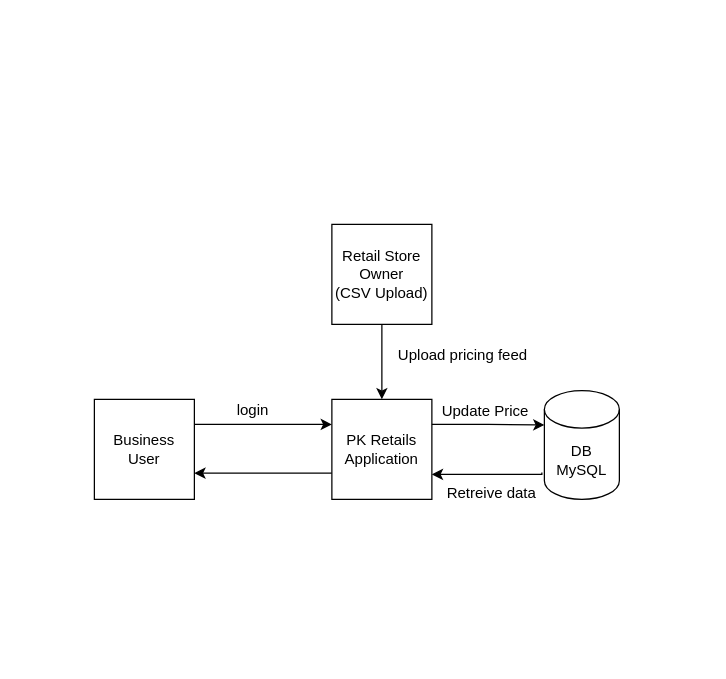
Pravalika-Karipe-1403/retail-pricing-system keeps this draw.io diagram as page "Page-1" (1 of 2) of docs/contextDiagram.drawio. Above is the earlier version. Source tidied: cells renumbered, new cells numbered last; positions are measured from the earlier drawing's top-left corner, leaving out a move shared by most shapes. Both pictures are drawn from the tidied source at 125%, with x=0, y=0 at pixel (94, 224).
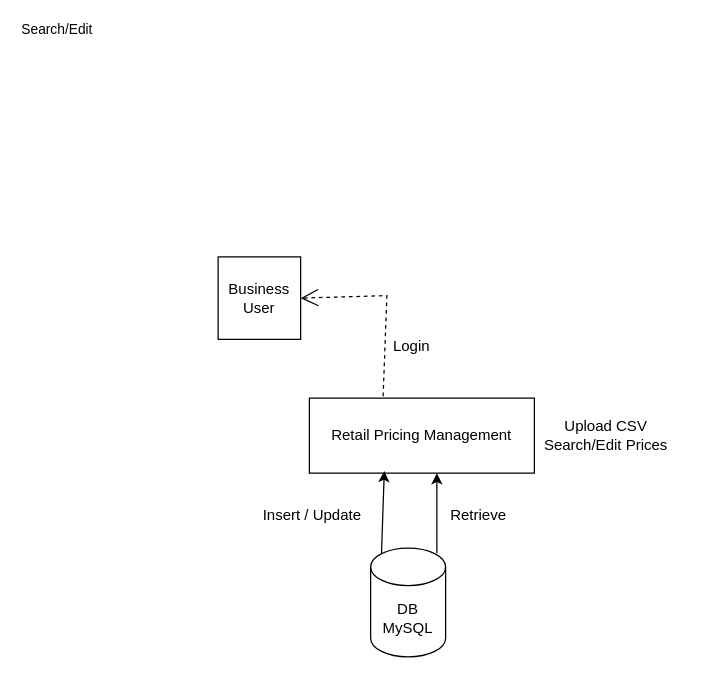
Above is the later version.

Diff of the diagram source:
```diff
@@
 <mxGraphModel>
   <root>
     <mxCell id="0" />
     <mxCell id="1" parent="0" />
-    <mxCell id="2" style="edgeStyle=orthogonalEdgeStyle;rounded=0;jettySize=auto;html=1;exitX=0.5;exitY=1;exitDx=0;exitDy=0;entryX=0.5;entryY=0;entryDx=0;entryDy=0;" parent="1" edge="1" source="3" target="5">
-      <mxGeometry relative="1" as="geometry" />
-    </mxCell>
-    <mxCell id="3" value="Retail Store Owner&lt;div&gt;(CSV Upload)&lt;/div&gt;" style="whiteSpace=wrap;html=1;" parent="1" vertex="1">
-      <mxGeometry x="190" width="80" height="80" as="geometry" />
-    </mxCell>
-    <mxCell id="4" style="edgeStyle=orthogonalEdgeStyle;rounded=0;orthogonalLoop=1;jettySize=auto;html=1;exitX=0;exitY=0.5;exitDx=0;exitDy=0;entryX=1;entryY=0.5;entryDx=0;entryDy=0;" parent="1" edge="1">
-      <mxGeometry relative="1" as="geometry">
-        <mxPoint x="190" y="199" as="sourcePoint" />
-        <mxPoint x="80" y="199" as="targetPoint" />
-      </mxGeometry>
-    </mxCell>
-    <mxCell id="5" value="PK Retails Application" style="whiteSpace=wrap;html=1;" parent="1" vertex="1">
-      <mxGeometry x="190" y="140" width="80" height="80" as="geometry" />
-    </mxCell>
-    <mxCell id="6" value="Upload pricing feed" style="text;html=1;whiteSpace=wrap;strokeColor=none;fillColor=none;align=center;verticalAlign=middle;rounded=0;" parent="1" vertex="1">
-      <mxGeometry x="230" y="90" width="130" height="30" as="geometry" />
-    </mxCell>
-    <mxCell id="7" style="edgeStyle=orthogonalEdgeStyle;rounded=0;orthogonalLoop=1;jettySize=auto;html=1;entryX=0;entryY=0.5;entryDx=0;entryDy=0;" parent="1" edge="1">
-      <mxGeometry relative="1" as="geometry">
-        <mxPoint x="80" y="160" as="sourcePoint" />
-        <mxPoint x="190" y="160" as="targetPoint" />
-      </mxGeometry>
-    </mxCell>
     <mxCell id="8" value="Business&lt;div&gt;User&lt;/div&gt;" style="whiteSpace=wrap;html=1;" parent="1" vertex="1">
-      <mxGeometry y="140" width="80" height="80" as="geometry" />
+      <mxGeometry x="99" y="26" width="66" height="66" as="geometry" />
     </mxCell>
-    <mxCell id="9" style="edgeStyle=orthogonalEdgeStyle;rounded=0;jettySize=auto;html=1;entryX=1;entryY=0.75;entryDx=0;entryDy=0;" parent="1" edge="1" target="5">
-      <mxGeometry relative="1" as="geometry">
-        <mxPoint x="358" y="198.5" as="sourcePoint" />
-        <Array as="points">
-          <mxPoint x="358" y="200" />
-        </Array>
-      </mxGeometry>
-    </mxCell>
     <mxCell id="10" value="DB&lt;div&gt;MySQL&lt;/div&gt;" style="shape=cylinder3;whiteSpace=wrap;html=1;boundedLbl=1;backgroundOutline=1;size=15;" parent="1" vertex="1">
-      <mxGeometry x="360" y="133" width="60" height="87" as="geometry" />
+      <mxGeometry x="221" y="259" width="60" height="87" as="geometry" />
     </mxCell>
-    <mxCell id="11" style="edgeStyle=orthogonalEdgeStyle;rounded=0;jettySize=auto;html=1;exitX=1;exitY=0.25;exitDx=0;exitDy=0;entryX=0;entryY=0;entryDx=0;entryDy=27.5;entryPerimeter=0;" parent="1" edge="1" source="5" target="10">
-      <mxGeometry relative="1" as="geometry" />
-    </mxCell>
-    <mxCell id="12" value="login" style="text;html=1;whiteSpace=wrap;strokeColor=none;fillColor=none;align=center;verticalAlign=middle;rounded=0;" parent="1" vertex="1">
-      <mxGeometry x="97" y="134" width="60" height="30" as="geometry" />
-    </mxCell>
-    <mxCell id="13" value="Update Price" style="text;html=1;whiteSpace=wrap;strokeColor=none;fillColor=none;align=center;verticalAlign=middle;rounded=0;" parent="1" vertex="1">
-      <mxGeometry x="268" y="135" width="90" height="30" as="geometry" />
-    </mxCell>
-    <mxCell id="14" value="Retreive data" style="text;html=1;whiteSpace=wrap;strokeColor=none;fillColor=none;align=center;verticalAlign=middle;rounded=0;" parent="1" vertex="1">
-      <mxGeometry x="278" y="200" width="80" height="30" as="geometry" />
-    </mxCell>
+    <mxCell id="15" value="Retail Pricing Management" style="rounded=0;whiteSpace=wrap;html=1;" parent="1" vertex="1">
+      <mxGeometry x="172" y="139" width="180" height="60" as="geometry" />
+    </mxCell>
+    <mxCell id="16" value="Search/Edit" style="endArrow=open;endSize=12;dashed=1;html=1;rounded=0;entryX=1;entryY=0.5;entryDx=0;entryDy=0;" parent="1" edge="1" target="8">
+      <mxGeometry x="1" y="-283" relative="1" as="geometry">
+        <mxPoint x="231" y="137.5" as="sourcePoint" />
+        <Array as="points">
+          <mxPoint x="234" y="57" />
+        </Array>
+        <mxPoint x="-186" y="68" as="offset" />
+      </mxGeometry>
+    </mxCell>
+    <mxCell id="17" style="endArrow=classic;html=1;rounded=0;" parent="1" edge="1">
+      <mxGeometry relative="1" as="geometry">
+        <mxPoint x="274" y="263" as="sourcePoint" />
+        <mxPoint x="274" y="199" as="targetPoint" />
+      </mxGeometry>
+    </mxCell>
+    <mxCell id="18" style="endArrow=classic;html=1;rounded=0;exitX=0.145;exitY=0;exitDx=0;exitDy=4.35;exitPerimeter=0;entryX=0.333;entryY=0.972;entryDx=0;entryDy=0;entryPerimeter=0;" parent="1" edge="1" source="10" target="15">
+      <mxGeometry relative="1" as="geometry" />
+    </mxCell>
+    <mxCell id="19" value="Retrieve" style="text;html=1;whiteSpace=wrap;strokeColor=none;fillColor=none;align=center;verticalAlign=middle;rounded=0;" parent="1" vertex="1">
+      <mxGeometry x="260" y="218" width="95" height="30" as="geometry" />
+    </mxCell>
+    <mxCell id="20" value="Insert / Update" style="text;html=1;whiteSpace=wrap;strokeColor=none;fillColor=none;align=center;verticalAlign=middle;rounded=0;" parent="1" vertex="1">
+      <mxGeometry x="131" y="218" width="87" height="30" as="geometry" />
+    </mxCell>
+    <mxCell id="21" value="Login" style="text;html=1;whiteSpace=wrap;strokeColor=none;fillColor=none;align=center;verticalAlign=middle;rounded=0;" parent="1" vertex="1">
+      <mxGeometry x="224" y="83" width="60" height="30" as="geometry" />
+    </mxCell>
+    <mxCell id="22" value="Upload CSV&lt;div&gt;Search/Edit Prices&lt;/div&gt;" style="text;html=1;whiteSpace=wrap;strokeColor=none;fillColor=none;align=center;verticalAlign=middle;rounded=0;" parent="1" vertex="1">
+      <mxGeometry x="331" y="154" width="157" height="30" as="geometry" />
+    </mxCell>
   </root>
 </mxGraphModel>
```
